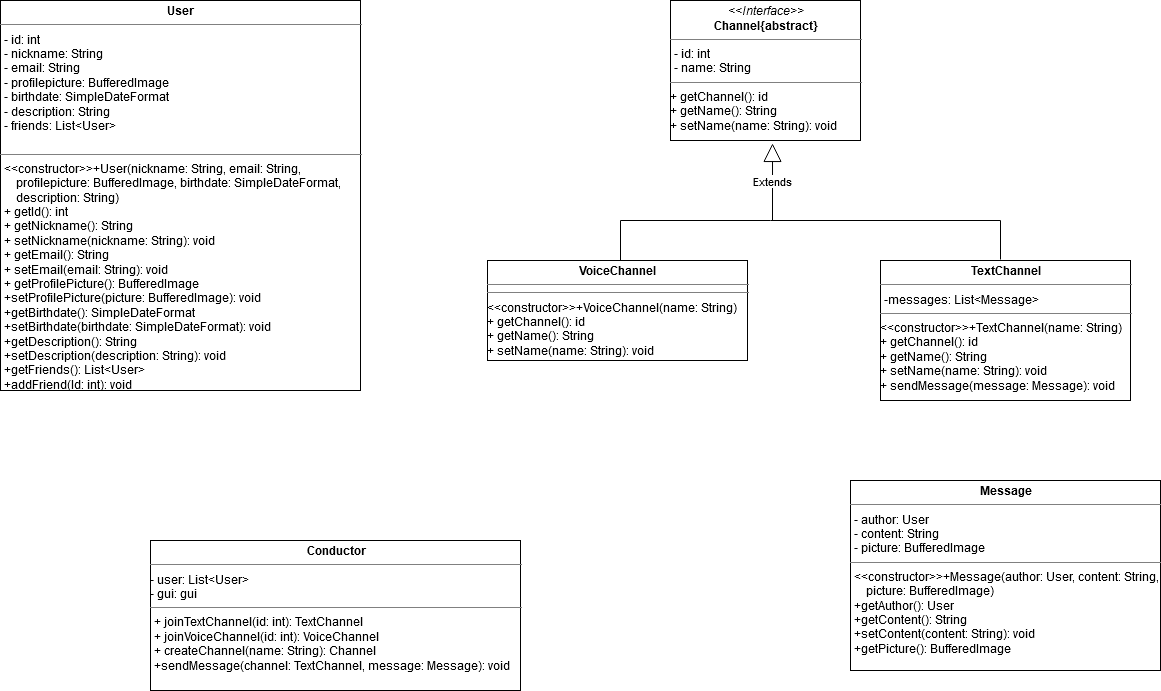
Above: Diagrams/Class Diagrams/Class Diagram.png in LorenzSeufert/CeangalMessenger---Documentation (draw.io), before the change. Source tidied: cells renumbered, new cells last; positions are measured from the earlier drawing's top-left corner, leaving out a move shared by most shapes.
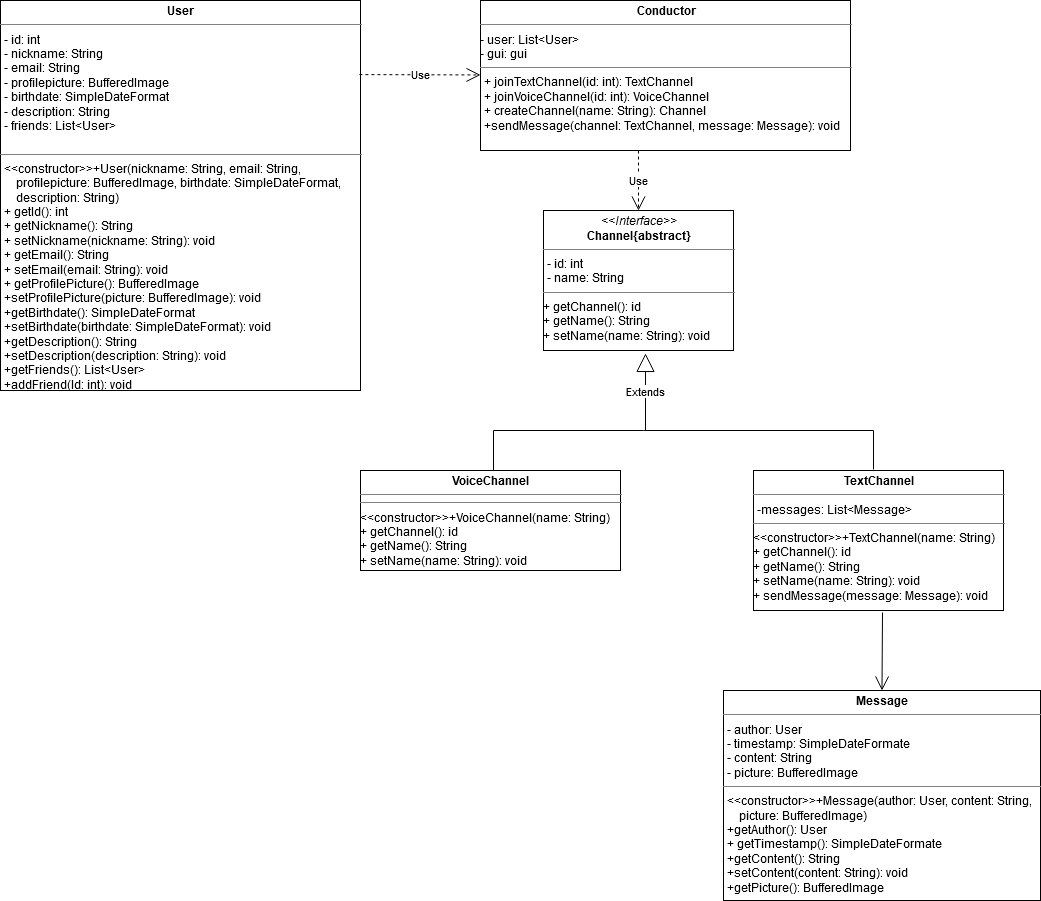
The same file after the commit.

The edit, as a diff of the source:
```diff
@@ -3,7 +3,7 @@
     <mxCell id="0" />
     <mxCell id="1" parent="0" />
     <mxCell id="2" value="&lt;p style=&quot;margin: 0px ; margin-top: 4px ; text-align: center&quot;&gt;&lt;b&gt;User&lt;/b&gt;&lt;br&gt;&lt;/p&gt;&lt;hr size=&quot;1&quot;&gt;&lt;p style=&quot;margin: 0px ; margin-left: 4px&quot;&gt;- id: int&lt;/p&gt;&lt;p style=&quot;margin: 0px ; margin-left: 4px&quot;&gt;- nickname: String&lt;/p&gt;&lt;p style=&quot;margin: 0px ; margin-left: 4px&quot;&gt;- email: String&lt;br&gt;&lt;/p&gt;&lt;p style=&quot;margin: 0px ; margin-left: 4px&quot;&gt;- profilepicture: BufferedImage&lt;br&gt;&lt;/p&gt;&lt;p style=&quot;margin: 0px ; margin-left: 4px&quot;&gt;- birthdate: SimpleDateFormat&lt;/p&gt;&lt;p style=&quot;margin: 0px ; margin-left: 4px&quot;&gt;- description: String&lt;/p&gt;&lt;p style=&quot;margin: 0px ; margin-left: 4px&quot;&gt;- friends: List&amp;lt;User&amp;gt;&lt;br&gt;&lt;/p&gt;&lt;p style=&quot;margin: 0px ; margin-left: 4px&quot;&gt;&lt;br&gt;&lt;/p&gt;&lt;hr size=&quot;1&quot;&gt;&lt;p style=&quot;margin: 0px ; margin-left: 4px&quot;&gt;&amp;lt;&amp;lt;constructor&amp;gt;&amp;gt;+User(nickname: String, email: String,&lt;/p&gt;&lt;p style=&quot;margin: 0px ; margin-left: 4px&quot;&gt;&amp;nbsp;&amp;nbsp;&amp;nbsp; profilepicture: BufferedImage, birthdate: SimpleDateFormat,&lt;/p&gt;&lt;p style=&quot;margin: 0px ; margin-left: 4px&quot;&gt;&amp;nbsp;&amp;nbsp;&amp;nbsp; description: String)&lt;/p&gt;&lt;p style=&quot;margin: 0px ; margin-left: 4px&quot;&gt;+ getId(): int&lt;/p&gt;&lt;p style=&quot;margin: 0px ; margin-left: 4px&quot;&gt;+ getNickname(): String&lt;/p&gt;&lt;p style=&quot;margin: 0px ; margin-left: 4px&quot;&gt;+ setNickname(nickname: String): void&lt;/p&gt;&lt;p style=&quot;margin: 0px ; margin-left: 4px&quot;&gt;+ getEmail(): String&lt;/p&gt;&lt;p style=&quot;margin: 0px ; margin-left: 4px&quot;&gt;+ setEmail(email: String): void&lt;/p&gt;&lt;p style=&quot;margin: 0px ; margin-left: 4px&quot;&gt;+ getProfilePicture(): BufferedImage&lt;/p&gt;&lt;p style=&quot;margin: 0px ; margin-left: 4px&quot;&gt;+setProfilePicture(picture: BufferedImage): void&lt;/p&gt;&lt;p style=&quot;margin: 0px ; margin-left: 4px&quot;&gt;+getBirthdate(): SimpleDateFormat&lt;/p&gt;&lt;p style=&quot;margin: 0px ; margin-left: 4px&quot;&gt;+setBirthdate(birthdate: SimpleDateFormat): void&lt;/p&gt;&lt;p style=&quot;margin: 0px ; margin-left: 4px&quot;&gt;+getDescription(): String&lt;/p&gt;&lt;p style=&quot;margin: 0px ; margin-left: 4px&quot;&gt;+setDescription(description: String): void&lt;/p&gt;&lt;p style=&quot;margin: 0px ; margin-left: 4px&quot;&gt;+getFriends(): List&amp;lt;User&amp;gt;&lt;/p&gt;&lt;p style=&quot;margin: 0px ; margin-left: 4px&quot;&gt;+addFriend(Id: int): void&lt;br&gt;&lt;/p&gt;" style="verticalAlign=top;align=left;overflow=fill;fontSize=12;fontFamily=Helvetica;html=1;" parent="1" vertex="1">
-      <mxGeometry width="360" height="390" as="geometry" />
+      <mxGeometry x="127" y="-210" width="360" height="390" as="geometry" />
     </mxCell>
     <mxCell id="3" value="&lt;p style=&quot;margin: 0px ; margin-top: 4px ; text-align: center&quot;&gt;&lt;i&gt;&amp;lt;&amp;lt;Interface&amp;gt;&amp;gt;&lt;/i&gt;&lt;br&gt;&lt;b&gt;Channel{abstract}&lt;/b&gt;&lt;/p&gt;&lt;hr size=&quot;1&quot;&gt;&lt;p style=&quot;margin: 0px ; margin-left: 4px&quot;&gt;- id: int&lt;br&gt;- name: String&lt;/p&gt;&lt;hr size=&quot;1&quot;&gt;&lt;div&gt;+ getChannel(): id&lt;/div&gt;&lt;div&gt;+ getName(): String&lt;/div&gt;&lt;div&gt;+ setName(name: String): void&lt;br&gt;&lt;/div&gt;" style="verticalAlign=top;align=left;overflow=fill;fontSize=12;fontFamily=Helvetica;html=1;" parent="1" vertex="1">
       <mxGeometry x="670" width="190" height="140" as="geometry" />
@@ -43,11 +43,24 @@
         <mxPoint x="1000" y="220" as="targetPoint" />
       </mxGeometry>
     </mxCell>
-    <mxCell id="11" value="&lt;p style=&quot;margin: 0px ; margin-top: 4px ; text-align: center&quot;&gt;&lt;b&gt;Message&lt;/b&gt;&lt;br&gt;&lt;/p&gt;&lt;hr size=&quot;1&quot;&gt;&lt;p style=&quot;margin: 0px ; margin-left: 4px&quot;&gt;- author: User&lt;/p&gt;&lt;p style=&quot;margin: 0px ; margin-left: 4px&quot;&gt;- content: String&lt;/p&gt;&lt;p style=&quot;margin: 0px ; margin-left: 4px&quot;&gt;- picture: BufferedImage&lt;br&gt;&lt;/p&gt;&lt;hr size=&quot;1&quot;&gt;&lt;p style=&quot;margin: 0px ; margin-left: 4px&quot;&gt;&amp;lt;&amp;lt;constructor&amp;gt;&amp;gt;+Message(author: User, content: String, &lt;br&gt;&lt;/p&gt;&lt;p style=&quot;margin: 0px ; margin-left: 4px&quot;&gt;&amp;nbsp;&amp;nbsp;&amp;nbsp; picture: BufferedImage)&lt;br&gt;&lt;/p&gt;&lt;p style=&quot;margin: 0px ; margin-left: 4px&quot;&gt;+getAuthor(): User&lt;/p&gt;&lt;p style=&quot;margin: 0px ; margin-left: 4px&quot;&gt;+getContent(): String&lt;/p&gt;&lt;p style=&quot;margin: 0px ; margin-left: 4px&quot;&gt;+setContent(content: String): void&lt;br&gt;&lt;/p&gt;&lt;p style=&quot;margin: 0px ; margin-left: 4px&quot;&gt;+getPicture(): BufferedImage&lt;br&gt;&lt;/p&gt;" style="verticalAlign=top;align=left;overflow=fill;fontSize=12;fontFamily=Helvetica;html=1;" parent="1" vertex="1">
-      <mxGeometry x="850" y="480" width="310" height="190" as="geometry" />
+    <mxCell id="11" value="&lt;p style=&quot;margin: 0px ; margin-top: 4px ; text-align: center&quot;&gt;&lt;b&gt;Message&lt;/b&gt;&lt;br&gt;&lt;/p&gt;&lt;hr size=&quot;1&quot;&gt;&lt;p style=&quot;margin: 0px ; margin-left: 4px&quot;&gt;- author: User&lt;/p&gt;&lt;p style=&quot;margin: 0px ; margin-left: 4px&quot;&gt;- timestamp: SimpleDateFormate&lt;br&gt;&lt;/p&gt;&lt;p style=&quot;margin: 0px ; margin-left: 4px&quot;&gt;- content: String&lt;/p&gt;&lt;p style=&quot;margin: 0px ; margin-left: 4px&quot;&gt;- picture: BufferedImage&lt;/p&gt;&lt;hr size=&quot;1&quot;&gt;&lt;p style=&quot;margin: 0px ; margin-left: 4px&quot;&gt;&amp;lt;&amp;lt;constructor&amp;gt;&amp;gt;+Message(author: User, content: String, &lt;br&gt;&lt;/p&gt;&lt;p style=&quot;margin: 0px ; margin-left: 4px&quot;&gt;&amp;nbsp;&amp;nbsp;&amp;nbsp; picture: BufferedImage)&lt;br&gt;&lt;/p&gt;&lt;p style=&quot;margin: 0px ; margin-left: 4px&quot;&gt;+getAuthor(): User&lt;/p&gt;&lt;p style=&quot;margin: 0px ; margin-left: 4px&quot;&gt;+ getTimestamp(): SimpleDateFormate&lt;br&gt;&lt;/p&gt;&lt;p style=&quot;margin: 0px ; margin-left: 4px&quot;&gt;+getContent(): String&lt;/p&gt;&lt;p style=&quot;margin: 0px ; margin-left: 4px&quot;&gt;+setContent(content: String): void&lt;br&gt;&lt;/p&gt;&lt;p style=&quot;margin: 0px ; margin-left: 4px&quot;&gt;+getPicture(): BufferedImage&lt;br&gt;&lt;/p&gt;" style="verticalAlign=top;align=left;overflow=fill;fontSize=12;fontFamily=Helvetica;html=1;" parent="1" vertex="1">
+      <mxGeometry x="850" y="480" width="317" height="210" as="geometry" />
     </mxCell>
     <mxCell id="12" value="&lt;p style=&quot;margin: 0px ; margin-top: 4px ; text-align: center&quot;&gt;&lt;b&gt;Conductor&lt;/b&gt;&lt;/p&gt;&lt;hr size=&quot;1&quot;&gt;&lt;div&gt;- user: List&amp;lt;User&amp;gt;&lt;/div&gt;&lt;div&gt;- gui: gui&lt;br&gt;&lt;/div&gt;&lt;hr size=&quot;1&quot;&gt;&lt;p style=&quot;margin: 0px ; margin-left: 4px&quot;&gt;+ joinTextChannel(id: int): TextChannel&lt;br&gt;&lt;/p&gt;&lt;p style=&quot;margin: 0px ; margin-left: 4px&quot;&gt;+ joinVoiceChannel(id: int): VoiceChannel&lt;/p&gt;&lt;p style=&quot;margin: 0px ; margin-left: 4px&quot;&gt;+ createChannel(name: String): Channel&lt;/p&gt;&lt;p style=&quot;margin: 0px ; margin-left: 4px&quot;&gt;+sendMessage(channel: TextChannel, message: Message): void&lt;br&gt;&lt;/p&gt;&lt;p style=&quot;margin: 0px ; margin-left: 4px&quot;&gt;&lt;br&gt;&lt;/p&gt;" style="verticalAlign=top;align=left;overflow=fill;fontSize=12;fontFamily=Helvetica;html=1;" parent="1" vertex="1">
-      <mxGeometry x="150" y="540" width="370" height="150" as="geometry" />
+      <mxGeometry x="607" y="-210" width="370" height="150" as="geometry" />
     </mxCell>
+    <mxCell id="13" value="Use" style="endArrow=open;endSize=12;dashed=1;html=1;exitX=0.997;exitY=0.19;exitDx=0;exitDy=0;exitPerimeter=0;" parent="1" edge="1" source="2" target="12">
+      <mxGeometry relative="1" as="geometry" />
+    </mxCell>
+    <mxCell id="14" style="endArrow=open;endFill=1;endSize=12;html=1;entryX=0.5;entryY=0;entryDx=0;entryDy=0;" parent="1" edge="1" target="11">
+      <mxGeometry relative="1" as="geometry">
+        <mxPoint x="1009" y="402" as="sourcePoint" />
+      </mxGeometry>
+    </mxCell>
+    <mxCell id="15" value="Use" style="endArrow=open;endSize=12;dashed=1;html=1;entryX=0.5;entryY=0;entryDx=0;entryDy=0;" parent="1" edge="1" target="3">
+      <mxGeometry relative="1" as="geometry">
+        <mxPoint x="765" y="-60" as="sourcePoint" />
+      </mxGeometry>
+    </mxCell>
   </root>
 </mxGraphModel>
```
